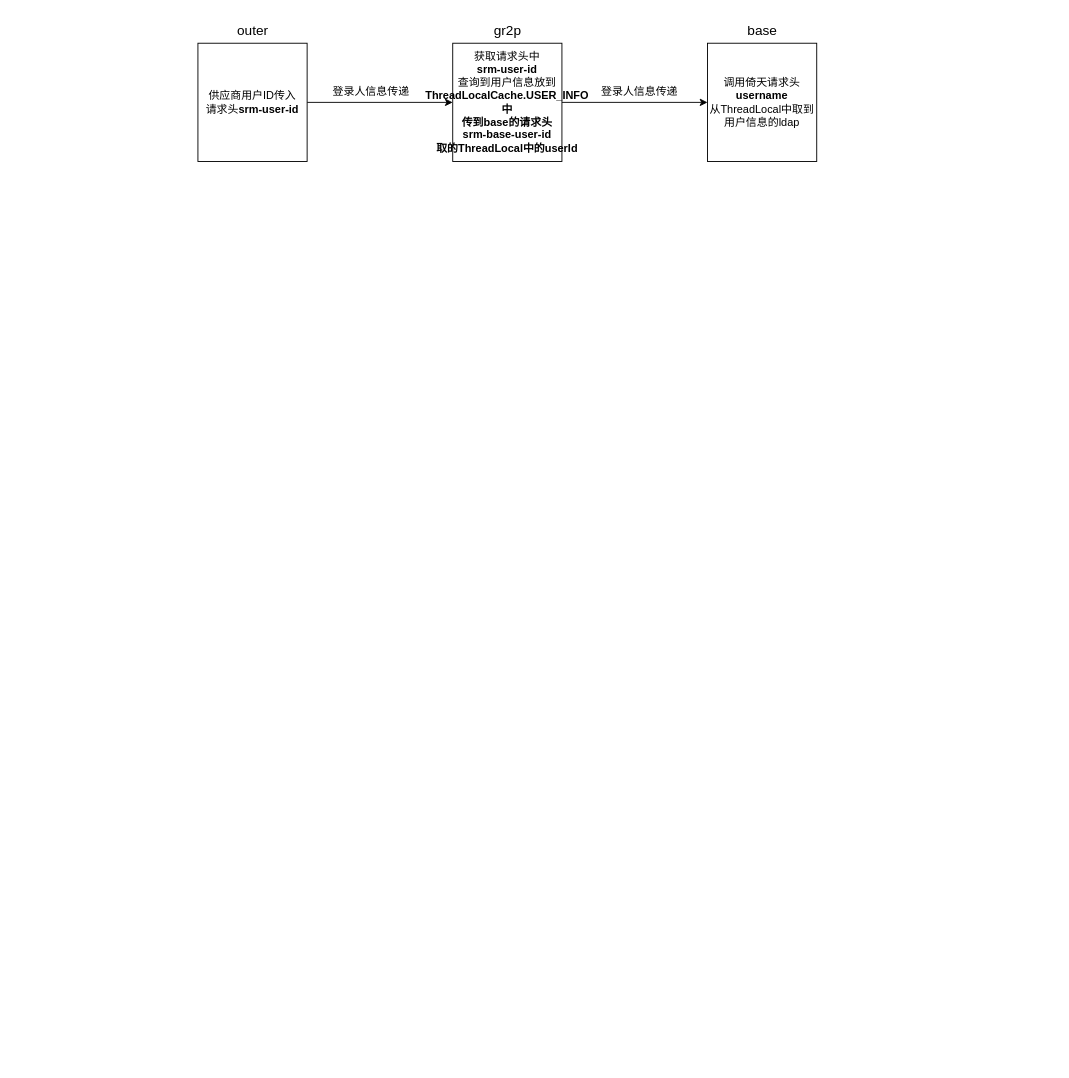
This is outer请求头传递.drawio from xiaohuihui7726/drawio, a draw.io file, before an edit. Source tidied: cells renumbered, new cells numbered last; positions are measured from the earlier drawing's top-left corner, leaving out a move shared by most shapes. Both pictures are drawn from the tidied source at 91%, with x=0, y=0 at pixel (197, 15).
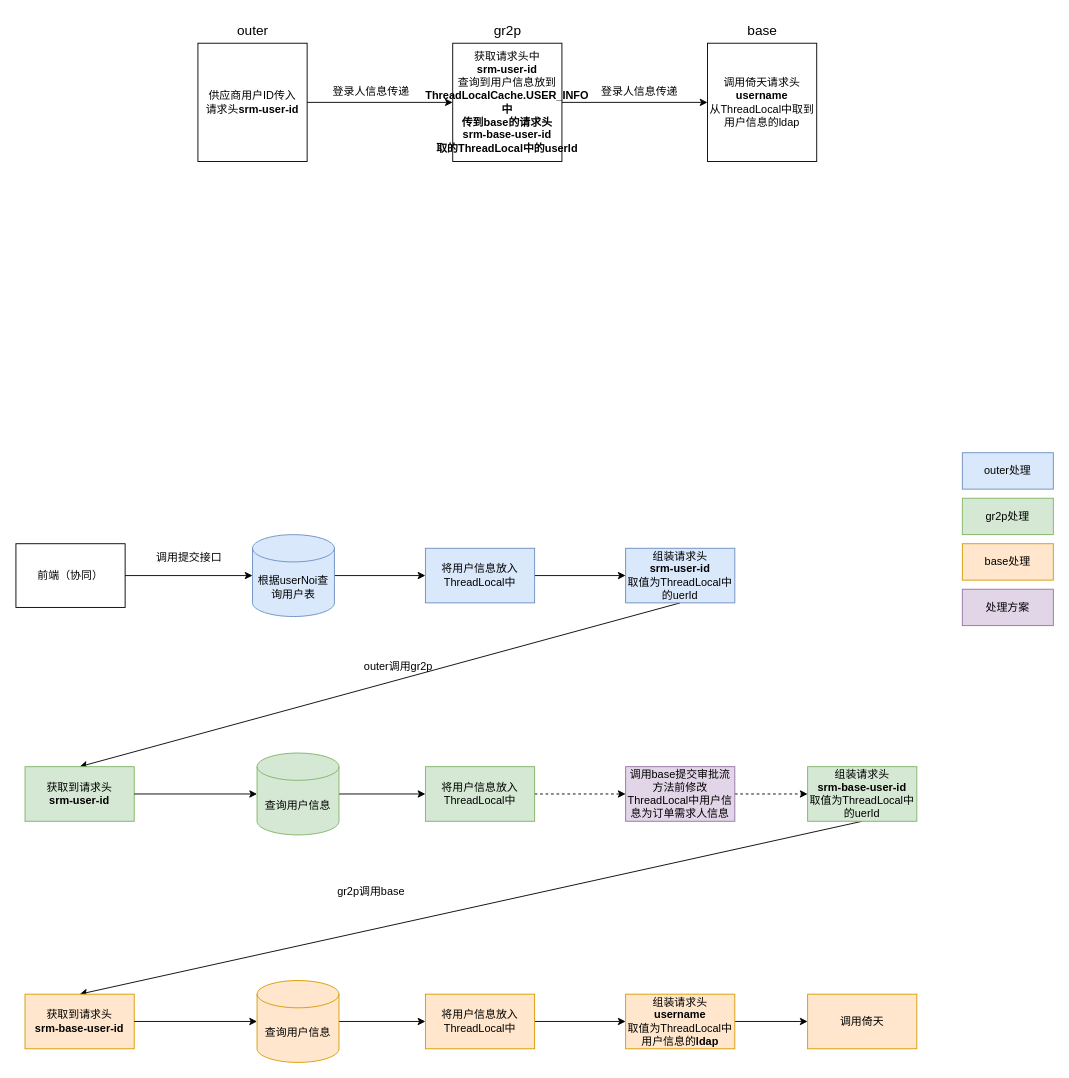
The same page after the edit.

Commit message:
更新outer请求头传递.drawio

What changed in the source:
```diff
@@
+    <mxCell id="12" style="edgeStyle=orthogonalEdgeStyle;rounded=0;jettySize=auto;html=1;entryX=0;entryY=0.5;entryDx=0;entryDy=0;entryPerimeter=0;" parent="1" edge="1" source="13" target="16">
+      <mxGeometry relative="1" as="geometry" />
+    </mxCell>
+    <mxCell id="13" value="前端（协同）" style="rounded=0;whiteSpace=wrap;html=1;" parent="1" vertex="1">
+      <mxGeometry x="-200" y="580" width="120" height="70" as="geometry" />
+    </mxCell>
+    <mxCell id="14" value="调用提交接口" style="text;html=1;align=center;verticalAlign=middle;strokeColor=none;fillColor=none;" parent="1" vertex="1">
+      <mxGeometry x="-60" y="580" width="100" height="30" as="geometry" />
+    </mxCell>
+    <mxCell id="15" style="edgeStyle=orthogonalEdgeStyle;rounded=0;jettySize=auto;html=1;" parent="1" edge="1" source="16" target="18">
+      <mxGeometry relative="1" as="geometry" />
+    </mxCell>
+    <mxCell id="16" value="根据userNoi查询用户表" style="shape=cylinder3;whiteSpace=wrap;html=1;boundedLbl=1;backgroundOutline=1;size=15;fillColor=#dae8fc;strokeColor=#6c8ebf;" parent="1" vertex="1">
+      <mxGeometry x="60" y="570" width="90" height="90" as="geometry" />
+    </mxCell>
+    <mxCell id="17" style="edgeStyle=orthogonalEdgeStyle;rounded=0;jettySize=auto;html=1;" parent="1" edge="1" source="18" target="20">
+      <mxGeometry relative="1" as="geometry" />
+    </mxCell>
+    <mxCell id="18" value="将用户信息放入ThreadLocal中" style="whiteSpace=wrap;html=1;fillColor=#dae8fc;strokeColor=#6c8ebf;" parent="1" vertex="1">
+      <mxGeometry x="250" y="585" width="120" height="60" as="geometry" />
+    </mxCell>
+    <mxCell id="19" style="rounded=0;jettySize=auto;html=1;entryX=0.5;entryY=0;entryDx=0;entryDy=0;exitX=0.5;exitY=1;exitDx=0;exitDy=0;" parent="1" edge="1" source="20" target="21">
+      <mxGeometry relative="1" as="geometry" />
+    </mxCell>
+    <mxCell id="20" value="组装请求头&lt;div&gt;&lt;b&gt;srm-user-id&lt;/b&gt;&lt;/div&gt;&lt;div&gt;取值为ThreadLocal中的uerId&lt;/div&gt;" style="whiteSpace=wrap;html=1;fillColor=#dae8fc;strokeColor=#6c8ebf;rounded=0;" parent="1" vertex="1">
+      <mxGeometry x="470" y="585" width="120" height="60" as="geometry" />
+    </mxCell>
+    <mxCell id="21" value="获取到请求头&lt;div&gt;&lt;b&gt;srm-user-id&lt;/b&gt;&lt;br&gt;&lt;/div&gt;" style="whiteSpace=wrap;html=1;fillColor=#d5e8d4;strokeColor=#82b366;" parent="1" vertex="1">
+      <mxGeometry x="-190" y="825" width="120" height="60" as="geometry" />
+    </mxCell>
+    <mxCell id="22" value="outer调用gr2p" style="text;html=1;align=center;verticalAlign=middle;strokeColor=none;fillColor=none;" parent="1" vertex="1">
+      <mxGeometry x="170" y="700" width="100" height="30" as="geometry" />
+    </mxCell>
+    <mxCell id="23" style="edgeStyle=orthogonalEdgeStyle;rounded=0;jettySize=auto;html=1;" parent="1" edge="1" source="24" target="27">
+      <mxGeometry relative="1" as="geometry" />
+    </mxCell>
+    <mxCell id="24" value="查询用户信息" style="shape=cylinder3;whiteSpace=wrap;html=1;boundedLbl=1;backgroundOutline=1;size=15;fillColor=#d5e8d4;strokeColor=#82b366;" parent="1" vertex="1">
+      <mxGeometry x="65" y="810" width="90" height="90" as="geometry" />
+    </mxCell>
+    <mxCell id="25" style="edgeStyle=orthogonalEdgeStyle;rounded=0;jettySize=auto;html=1;entryX=0;entryY=0.5;entryDx=0;entryDy=0;entryPerimeter=0;" parent="1" edge="1" source="21" target="24">
+      <mxGeometry relative="1" as="geometry" />
+    </mxCell>
+    <mxCell id="26" style="edgeStyle=orthogonalEdgeStyle;rounded=0;jettySize=auto;html=1;dashed=1;" parent="1" edge="1" source="27" target="30">
+      <mxGeometry relative="1" as="geometry" />
+    </mxCell>
+    <mxCell id="27" value="将用户信息放入ThreadLocal中" style="whiteSpace=wrap;html=1;fillColor=#d5e8d4;strokeColor=#82b366;" parent="1" vertex="1">
+      <mxGeometry x="250" y="825" width="120" height="60" as="geometry" />
+    </mxCell>
+    <mxCell id="28" style="rounded=0;jettySize=auto;html=1;exitX=0.5;exitY=1;exitDx=0;exitDy=0;entryX=0.5;entryY=0;entryDx=0;entryDy=0;" parent="1" edge="1" source="44" target="31">
+      <mxGeometry relative="1" as="geometry" />
+    </mxCell>
+    <mxCell id="29" style="edgeStyle=orthogonalEdgeStyle;rounded=0;jettySize=auto;html=1;dashed=1;" parent="1" edge="1" source="30" target="44">
+      <mxGeometry relative="1" as="geometry" />
+    </mxCell>
+    <mxCell id="30" value="调用base提交审批流方法前修改ThreadLocal中用户信息为订单需求人信息" style="whiteSpace=wrap;html=1;fillColor=#e1d5e7;strokeColor=#9673a6;" parent="1" vertex="1">
+      <mxGeometry x="470" y="825" width="120" height="60" as="geometry" />
+    </mxCell>
+    <mxCell id="31" value="获取到请求头&lt;div&gt;&lt;b&gt;srm-base-user-id&lt;/b&gt;&lt;br&gt;&lt;/div&gt;" style="whiteSpace=wrap;html=1;fillColor=#ffe6cc;strokeColor=#d79b00;" parent="1" vertex="1">
+      <mxGeometry x="-190" y="1075" width="120" height="60" as="geometry" />
+    </mxCell>
+    <mxCell id="32" style="edgeStyle=orthogonalEdgeStyle;rounded=0;jettySize=auto;html=1;" parent="1" edge="1" source="33" target="36">
+      <mxGeometry relative="1" as="geometry" />
+    </mxCell>
+    <mxCell id="33" value="查询用户信息" style="shape=cylinder3;whiteSpace=wrap;html=1;boundedLbl=1;backgroundOutline=1;size=15;fillColor=#ffe6cc;strokeColor=#d79b00;" parent="1" vertex="1">
+      <mxGeometry x="65" y="1060" width="90" height="90" as="geometry" />
+    </mxCell>
+    <mxCell id="34" style="edgeStyle=orthogonalEdgeStyle;rounded=0;jettySize=auto;html=1;entryX=0;entryY=0.5;entryDx=0;entryDy=0;entryPerimeter=0;" parent="1" edge="1" source="31" target="33">
+      <mxGeometry relative="1" as="geometry" />
+    </mxCell>
+    <mxCell id="35" style="edgeStyle=orthogonalEdgeStyle;rounded=0;jettySize=auto;html=1;" parent="1" edge="1" source="36" target="38">
+      <mxGeometry relative="1" as="geometry" />
+    </mxCell>
+    <mxCell id="36" value="将用户信息放入ThreadLocal中" style="whiteSpace=wrap;html=1;fillColor=#ffe6cc;strokeColor=#d79b00;" parent="1" vertex="1">
+      <mxGeometry x="250" y="1075" width="120" height="60" as="geometry" />
+    </mxCell>
+    <mxCell id="37" style="edgeStyle=orthogonalEdgeStyle;rounded=0;jettySize=auto;html=1;" parent="1" edge="1" source="38" target="40">
+      <mxGeometry relative="1" as="geometry" />
+    </mxCell>
+    <mxCell id="38" value="组装请求头&lt;div&gt;&lt;b&gt;username&lt;/b&gt;&lt;br&gt;&lt;/div&gt;&lt;div&gt;取值为ThreadLocal中用户信息的&lt;b&gt;ldap&lt;/b&gt;&lt;/div&gt;" style="whiteSpace=wrap;html=1;fillColor=#ffe6cc;strokeColor=#d79b00;" parent="1" vertex="1">
+      <mxGeometry x="470" y="1075" width="120" height="60" as="geometry" />
+    </mxCell>
+    <mxCell id="39" value="gr2p调用base" style="text;html=1;align=center;verticalAlign=middle;strokeColor=none;fillColor=none;" parent="1" vertex="1">
+      <mxGeometry x="140" y="948" width="100" height="30" as="geometry" />
+    </mxCell>
+    <mxCell id="40" value="调用倚天" style="whiteSpace=wrap;html=1;fillColor=#ffe6cc;strokeColor=#d79b00;" parent="1" vertex="1">
+      <mxGeometry x="670" y="1075" width="120" height="60" as="geometry" />
+    </mxCell>
+    <mxCell id="41" value="outer处理" style="rounded=0;whiteSpace=wrap;html=1;fillColor=#dae8fc;strokeColor=#6c8ebf;" parent="1" vertex="1">
+      <mxGeometry x="840" y="480" width="100" height="40" as="geometry" />
+    </mxCell>
+    <mxCell id="42" value="gr2p处理" style="rounded=0;whiteSpace=wrap;html=1;fillColor=#d5e8d4;strokeColor=#82b366;" parent="1" vertex="1">
+      <mxGeometry x="840" y="530" width="100" height="40" as="geometry" />
+    </mxCell>
+    <mxCell id="43" value="base处理" style="rounded=0;whiteSpace=wrap;html=1;fillColor=#ffe6cc;strokeColor=#d79b00;" parent="1" vertex="1">
+      <mxGeometry x="840" y="580" width="100" height="40" as="geometry" />
+    </mxCell>
+    <mxCell id="44" value="组装请求头&lt;div&gt;&lt;b&gt;srm-base-user-id&lt;/b&gt;&lt;br&gt;&lt;/div&gt;&lt;div&gt;取值为ThreadLocal中的uerId&lt;/div&gt;" style="whiteSpace=wrap;html=1;fillColor=#d5e8d4;strokeColor=#82b366;" parent="1" vertex="1">
+      <mxGeometry x="670" y="825" width="120" height="60" as="geometry" />
+    </mxCell>
+    <mxCell id="45" value="处理方案" style="rounded=0;whiteSpace=wrap;html=1;fillColor=#e1d5e7;strokeColor=#9673a6;" parent="1" vertex="1">
+      <mxGeometry x="840" y="630" width="100" height="40" as="geometry" />
+    </mxCell>
```
